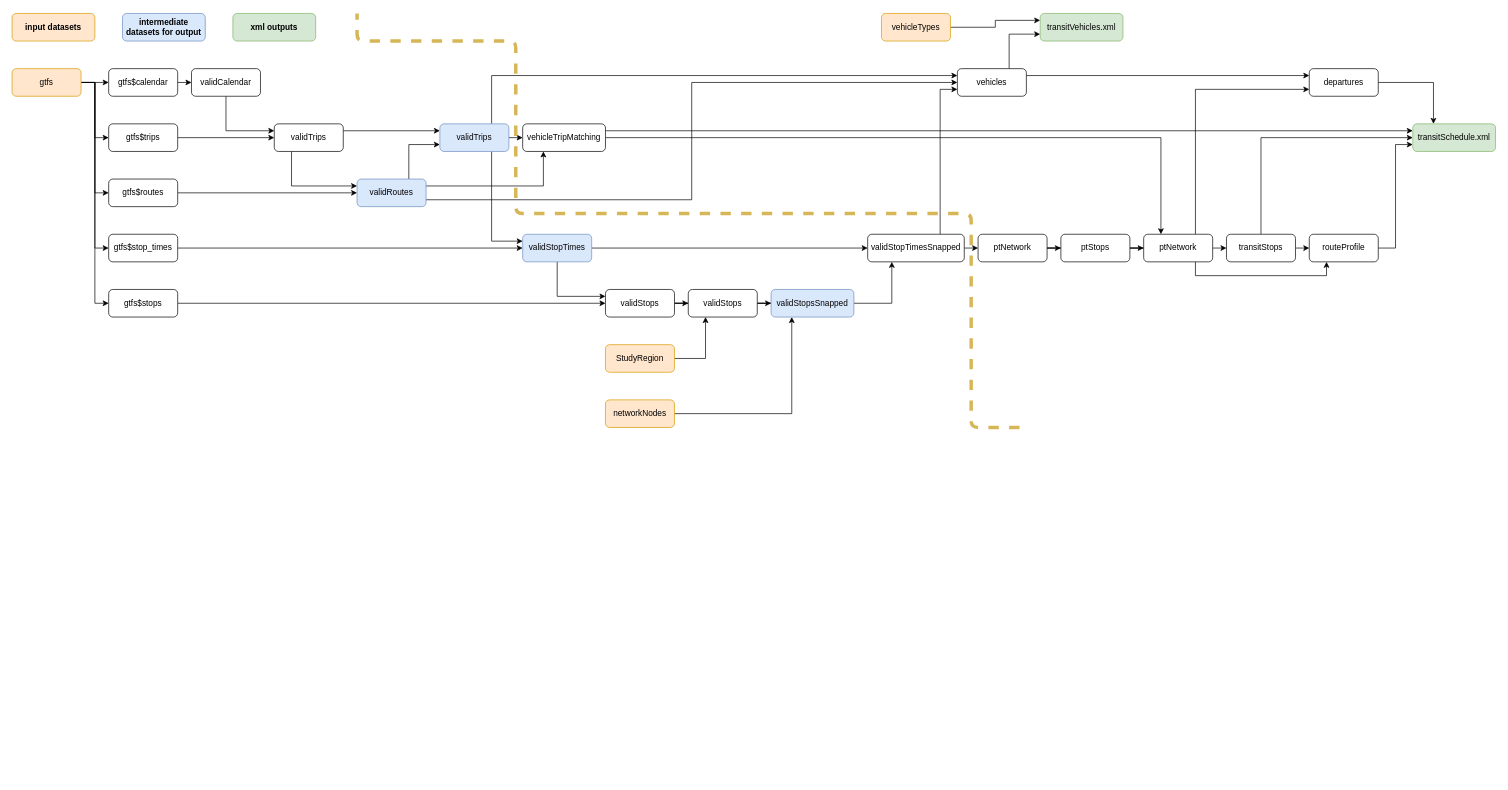
Above: ptWorkflow.drawio in matsim-melbourne/network (draw.io), before the change. Source tidied: cells renumbered, new cells numbered last; positions are measured from the earlier drawing's top-left corner, leaving out a move shared by most shapes. Both pictures are drawn from the tidied source at 69%, with x=0, y=0 at pixel (12, 13).
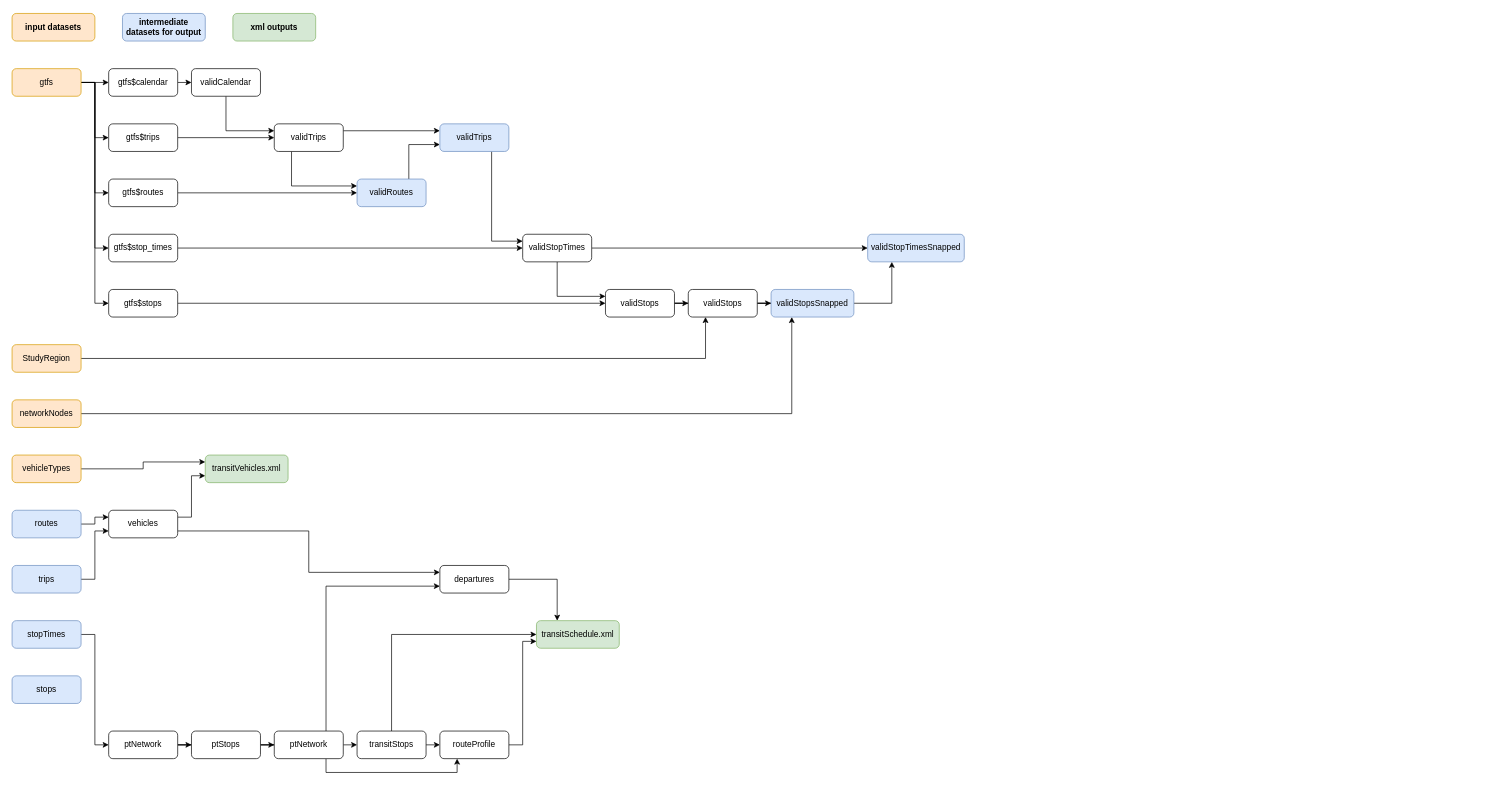
Above is the later version.

Unchanged cells that the change refers to:
```xml
<mxCell id="26" value="validRoutes" style="rounded=1;whiteSpace=wrap;html=1;fillColor=#dae8fc;strokeColor=#6c8ebf;" parent="1" vertex="1">
  <mxGeometry x="500" y="240" width="100" height="40" as="geometry" />
</mxCell>
<mxCell id="30" value="validTrips" style="rounded=1;whiteSpace=wrap;html=1;fillColor=#dae8fc;strokeColor=#6c8ebf;" parent="1" vertex="1">
  <mxGeometry x="620" y="160" width="100" height="40" as="geometry" />
</mxCell>
```

Diff of the diagram source:
```diff
@@
-    <mxCell id="24" style="edgeStyle=orthogonalEdgeStyle;rounded=0;jettySize=auto;html=1;exitX=1;exitY=0.25;exitDx=0;exitDy=0;entryX=0.25;entryY=1;entryDx=0;entryDy=0;" parent="1" edge="1" source="26" target="49">
-      <mxGeometry relative="1" as="geometry" />
-    </mxCell>
-    <mxCell id="25" style="edgeStyle=orthogonalEdgeStyle;rounded=0;jettySize=auto;html=1;exitX=1;exitY=0.75;exitDx=0;exitDy=0;entryX=0;entryY=0.5;entryDx=0;entryDy=0;" parent="1" edge="1" source="26" target="60">
-      <mxGeometry relative="1" as="geometry" />
-    </mxCell>
@@
-    <mxCell id="28" style="edgeStyle=orthogonalEdgeStyle;rounded=0;jettySize=auto;html=1;exitX=1;exitY=0.5;exitDx=0;exitDy=0;entryX=0;entryY=0.5;entryDx=0;entryDy=0;" parent="1" edge="1" source="30" target="49">
-      <mxGeometry relative="1" as="geometry" />
-    </mxCell>
-    <mxCell id="29" style="edgeStyle=orthogonalEdgeStyle;rounded=0;jettySize=auto;html=1;exitX=0.75;exitY=0;exitDx=0;exitDy=0;entryX=0;entryY=0.25;entryDx=0;entryDy=0;" parent="1" edge="1" source="30" target="60">
-      <mxGeometry relative="1" as="geometry" />
-    </mxCell>
@@
-    <mxCell id="33" value="validStopTimes" style="rounded=1;whiteSpace=wrap;html=1;fillColor=#dae8fc;strokeColor=#6c8ebf;" parent="1" vertex="1">
+    <mxCell id="33" value="validStopTimes" style="rounded=1;whiteSpace=wrap;html=1;" parent="1" vertex="1">
       <mxGeometry x="740" y="320" width="100" height="40" as="geometry" />
     </mxCell>
@@
     <mxCell id="37" value="StudyRegion" style="rounded=1;whiteSpace=wrap;html=1;fillColor=#ffe6cc;strokeColor=#d79b00;" parent="1" vertex="1">
-      <mxGeometry x="860" y="480" width="100" height="40" as="geometry" />
+      <mxGeometry y="480" width="100" height="40" as="geometry" />
     </mxCell>
@@
     <mxCell id="41" value="networkNodes" style="rounded=1;whiteSpace=wrap;html=1;fillColor=#ffe6cc;strokeColor=#d79b00;" parent="1" vertex="1">
-      <mxGeometry x="860" y="560" width="100" height="40" as="geometry" />
+      <mxGeometry y="560" width="100" height="40" as="geometry" />
     </mxCell>
@@
-    <mxCell id="44" style="edgeStyle=orthogonalEdgeStyle;rounded=0;jettySize=auto;html=1;exitX=1;exitY=0.5;exitDx=0;exitDy=0;entryX=0;entryY=0.5;entryDx=0;entryDy=0;" parent="1" edge="1" source="46" target="51">
-      <mxGeometry relative="1" as="geometry" />
-    </mxCell>
-    <mxCell id="45" style="edgeStyle=orthogonalEdgeStyle;rounded=0;jettySize=auto;html=1;exitX=0.75;exitY=0;exitDx=0;exitDy=0;entryX=0;entryY=0.75;entryDx=0;entryDy=0;" parent="1" edge="1" source="46" target="60">
-      <mxGeometry relative="1" as="geometry" />
-    </mxCell>
-    <mxCell id="46" value="validStopTimesSnapped" style="rounded=1;whiteSpace=wrap;html=1;" parent="1" vertex="1">
+    <mxCell id="46" value="validStopTimesSnapped" style="rounded=1;whiteSpace=wrap;html=1;fillColor=#dae8fc;strokeColor=#6c8ebf;" parent="1" vertex="1">
       <mxGeometry x="1240" y="320" width="140" height="40" as="geometry" />
     </mxCell>
-    <mxCell id="47" style="edgeStyle=orthogonalEdgeStyle;rounded=0;jettySize=auto;html=1;exitX=1;exitY=0.5;exitDx=0;exitDy=0;entryX=0.25;entryY=0;entryDx=0;entryDy=0;" parent="1" edge="1" source="49" target="57">
-      <mxGeometry relative="1" as="geometry" />
-    </mxCell>
-    <mxCell id="48" style="edgeStyle=orthogonalEdgeStyle;rounded=0;jettySize=auto;html=1;exitX=1;exitY=0.25;exitDx=0;exitDy=0;entryX=0;entryY=0.25;entryDx=0;entryDy=0;" parent="1" edge="1" source="49" target="71">
-      <mxGeometry relative="1" as="geometry" />
-    </mxCell>
-    <mxCell id="49" value="vehicleTripMatching" style="rounded=1;whiteSpace=wrap;html=1;" parent="1" vertex="1">
-      <mxGeometry x="740" y="160" width="120" height="40" as="geometry" />
-    </mxCell>
-    <mxCell id="50" style="edgeStyle=orthogonalEdgeStyle;rounded=0;jettySize=auto;html=1;" parent="1" edge="1" source="51" target="53">
-      <mxGeometry relative="1" as="geometry" />
-    </mxCell>
-    <mxCell id="51" value="ptNetwork" style="rounded=1;whiteSpace=wrap;html=1;" parent="1" vertex="1">
-      <mxGeometry x="1400" y="320" width="100" height="40" as="geometry" />
-    </mxCell>
-    <mxCell id="52" style="edgeStyle=orthogonalEdgeStyle;rounded=0;jettySize=auto;html=1;" parent="1" edge="1" source="53" target="57">
-      <mxGeometry relative="1" as="geometry" />
-    </mxCell>
+    <mxCell id="72" value="&lt;b&gt;input datasets&lt;/b&gt;" style="rounded=1;whiteSpace=wrap;html=1;fillColor=#ffe6cc;strokeColor=#d79b00;" parent="1" vertex="1">
+      <mxGeometry width="120" height="40" as="geometry" />
+    </mxCell>
+    <mxCell id="73" value="&lt;b&gt;intermediate datasets for output&lt;/b&gt;" style="rounded=1;whiteSpace=wrap;html=1;fillColor=#dae8fc;strokeColor=#6c8ebf;" parent="1" vertex="1">
+      <mxGeometry x="160" width="120" height="40" as="geometry" />
+    </mxCell>
+    <mxCell id="74" value="&lt;b&gt;xml outputs&lt;/b&gt;" style="rounded=1;whiteSpace=wrap;html=1;fillColor=#d5e8d4;strokeColor=#82b366;" parent="1" vertex="1">
+      <mxGeometry x="320" width="120" height="40" as="geometry" />
+    </mxCell>
+    <mxCell id="76" style="edgeStyle=orthogonalEdgeStyle;rounded=0;jettySize=auto;html=1;exitX=1;exitY=0.5;exitDx=0;exitDy=0;entryX=0;entryY=0.25;entryDx=0;entryDy=0;" parent="1" edge="1" source="77" target="60">
+      <mxGeometry relative="1" as="geometry" />
+    </mxCell>
+    <mxCell id="77" value="routes" style="rounded=1;whiteSpace=wrap;html=1;fillColor=#dae8fc;strokeColor=#6c8ebf;" parent="1" vertex="1">
+      <mxGeometry y="720" width="100" height="40" as="geometry" />
+    </mxCell>
+    <mxCell id="78" style="edgeStyle=orthogonalEdgeStyle;rounded=0;jettySize=auto;html=1;exitX=1;exitY=0.5;exitDx=0;exitDy=0;entryX=0;entryY=0.75;entryDx=0;entryDy=0;" parent="1" edge="1" source="79" target="60">
+      <mxGeometry relative="1" as="geometry" />
+    </mxCell>
+    <mxCell id="79" value="trips" style="rounded=1;whiteSpace=wrap;html=1;fillColor=#dae8fc;strokeColor=#6c8ebf;" parent="1" vertex="1">
+      <mxGeometry y="800" width="100" height="40" as="geometry" />
+    </mxCell>
+    <mxCell id="80" style="edgeStyle=orthogonalEdgeStyle;rounded=0;jettySize=auto;html=1;exitX=1;exitY=0.5;exitDx=0;exitDy=0;entryX=0;entryY=0.5;entryDx=0;entryDy=0;" parent="1" edge="1" source="81" target="84">
+      <mxGeometry relative="1" as="geometry" />
+    </mxCell>
+    <mxCell id="81" value="stopTimes" style="rounded=1;whiteSpace=wrap;html=1;fillColor=#dae8fc;strokeColor=#6c8ebf;" parent="1" vertex="1">
+      <mxGeometry y="880" width="100" height="40" as="geometry" />
+    </mxCell>
+    <mxCell id="82" value="stops" style="rounded=1;whiteSpace=wrap;html=1;fillColor=#dae8fc;strokeColor=#6c8ebf;" parent="1" vertex="1">
+      <mxGeometry y="960" width="100" height="40" as="geometry" />
+    </mxCell>
+    <mxCell id="83" style="edgeStyle=orthogonalEdgeStyle;rounded=0;jettySize=auto;html=1;" parent="1" edge="1" source="84" target="53">
+      <mxGeometry relative="1" as="geometry" />
+    </mxCell>
+    <mxCell id="84" value="ptNetwork" style="rounded=1;whiteSpace=wrap;html=1;" parent="1" vertex="1">
+      <mxGeometry x="140" y="1040" width="100" height="40" as="geometry" />
+    </mxCell>
+    <mxCell id="85" style="edgeStyle=orthogonalEdgeStyle;rounded=0;jettySize=auto;html=1;" parent="1" edge="1" source="53" target="89">
+      <mxGeometry relative="1" as="geometry" />
+    </mxCell>
     <mxCell id="53" value="ptStops" style="rounded=1;whiteSpace=wrap;html=1;" parent="1" vertex="1">
-      <mxGeometry x="1520" y="320" width="100" height="40" as="geometry" />
+      <mxGeometry x="260" y="1040" width="100" height="40" as="geometry" />
     </mxCell>
-    <mxCell id="54" style="edgeStyle=orthogonalEdgeStyle;rounded=0;jettySize=auto;html=1;exitX=1;exitY=0.5;exitDx=0;exitDy=0;entryX=0;entryY=0.5;entryDx=0;entryDy=0;" parent="1" edge="1" source="57" target="63">
-      <mxGeometry relative="1" as="geometry" />
-    </mxCell>
-    <mxCell id="55" style="edgeStyle=orthogonalEdgeStyle;rounded=0;jettySize=auto;html=1;exitX=0.75;exitY=1;exitDx=0;exitDy=0;entryX=0.25;entryY=1;entryDx=0;entryDy=0;" parent="1" edge="1" source="57" target="65">
-      <mxGeometry relative="1" as="geometry" />
-    </mxCell>
-    <mxCell id="56" style="edgeStyle=orthogonalEdgeStyle;rounded=0;jettySize=auto;html=1;exitX=0.75;exitY=0;exitDx=0;exitDy=0;entryX=0;entryY=0.75;entryDx=0;entryDy=0;" parent="1" edge="1" source="57" target="67">
-      <mxGeometry relative="1" as="geometry" />
-    </mxCell>
-    <mxCell id="57" value="ptNetwork" style="rounded=1;whiteSpace=wrap;html=1;" parent="1" vertex="1">
-      <mxGeometry x="1640" y="320" width="100" height="40" as="geometry" />
-    </mxCell>
+    <mxCell id="86" style="edgeStyle=orthogonalEdgeStyle;rounded=0;jettySize=auto;html=1;exitX=1;exitY=0.5;exitDx=0;exitDy=0;entryX=0;entryY=0.5;entryDx=0;entryDy=0;" parent="1" edge="1" source="89" target="63">
+      <mxGeometry relative="1" as="geometry" />
+    </mxCell>
+    <mxCell id="87" style="edgeStyle=orthogonalEdgeStyle;rounded=0;jettySize=auto;html=1;exitX=0.75;exitY=1;exitDx=0;exitDy=0;entryX=0.25;entryY=1;entryDx=0;entryDy=0;" parent="1" edge="1" source="89" target="65">
+      <mxGeometry relative="1" as="geometry" />
+    </mxCell>
+    <mxCell id="88" style="edgeStyle=orthogonalEdgeStyle;rounded=0;jettySize=auto;html=1;exitX=0.75;exitY=0;exitDx=0;exitDy=0;entryX=0;entryY=0.75;entryDx=0;entryDy=0;" parent="1" edge="1" source="89" target="67">
+      <mxGeometry relative="1" as="geometry" />
+    </mxCell>
+    <mxCell id="89" value="ptNetwork" style="rounded=1;whiteSpace=wrap;html=1;" parent="1" vertex="1">
+      <mxGeometry x="380" y="1040" width="100" height="40" as="geometry" />
+    </mxCell>
-    <mxCell id="58" style="edgeStyle=orthogonalEdgeStyle;rounded=0;jettySize=auto;html=1;exitX=1;exitY=0.25;exitDx=0;exitDy=0;entryX=0;entryY=0.25;entryDx=0;entryDy=0;" parent="1" edge="1" source="60" target="67">
+    <mxCell id="58" style="edgeStyle=orthogonalEdgeStyle;rounded=0;jettySize=auto;html=1;exitX=1;exitY=0.75;exitDx=0;exitDy=0;entryX=0;entryY=0.25;entryDx=0;entryDy=0;" parent="1" edge="1" source="60" target="67">
       <mxGeometry relative="1" as="geometry" />
     </mxCell>
-    <mxCell id="59" style="edgeStyle=orthogonalEdgeStyle;rounded=0;jettySize=auto;html=1;exitX=0.75;exitY=0;exitDx=0;exitDy=0;entryX=0;entryY=0.75;entryDx=0;entryDy=0;" parent="1" edge="1" source="60" target="70">
+    <mxCell id="59" style="edgeStyle=orthogonalEdgeStyle;rounded=0;jettySize=auto;html=1;exitX=1;exitY=0.25;exitDx=0;exitDy=0;entryX=0;entryY=0.75;entryDx=0;entryDy=0;" parent="1" edge="1" source="60" target="70">
       <mxGeometry relative="1" as="geometry" />
     </mxCell>
     <mxCell id="60" value="vehicles" style="rounded=1;whiteSpace=wrap;html=1;" parent="1" vertex="1">
-      <mxGeometry x="1370" y="80" width="100" height="40" as="geometry" />
+      <mxGeometry x="140" y="720" width="100" height="40" as="geometry" />
     </mxCell>
@@
     <mxCell id="63" value="transitStops" style="rounded=1;whiteSpace=wrap;html=1;" parent="1" vertex="1">
-      <mxGeometry x="1760" y="320" width="100" height="40" as="geometry" />
+      <mxGeometry x="500" y="1040" width="100" height="40" as="geometry" />
     </mxCell>
@@
     <mxCell id="65" value="routeProfile" style="rounded=1;whiteSpace=wrap;html=1;" parent="1" vertex="1">
-      <mxGeometry x="1880" y="320" width="100" height="40" as="geometry" />
+      <mxGeometry x="620" y="1040" width="100" height="40" as="geometry" />
     </mxCell>
@@
     <mxCell id="67" value="departures" style="rounded=1;whiteSpace=wrap;html=1;" parent="1" vertex="1">
-      <mxGeometry x="1880" y="80" width="100" height="40" as="geometry" />
+      <mxGeometry x="620" y="800" width="100" height="40" as="geometry" />
     </mxCell>
@@
     <mxCell id="69" value="vehicleTypes" style="rounded=1;whiteSpace=wrap;html=1;fillColor=#ffe6cc;strokeColor=#d79b00;" parent="1" vertex="1">
-      <mxGeometry x="1260" width="100" height="40" as="geometry" />
+      <mxGeometry y="640" width="100" height="40" as="geometry" />
     </mxCell>
     <mxCell id="70" value="transitVehicles.xml" style="rounded=1;whiteSpace=wrap;html=1;fillColor=#d5e8d4;strokeColor=#82b366;" parent="1" vertex="1">
-      <mxGeometry x="1490" width="120" height="40" as="geometry" />
+      <mxGeometry x="280" y="640" width="120" height="40" as="geometry" />
     </mxCell>
     <mxCell id="71" value="transitSchedule.xml" style="rounded=1;whiteSpace=wrap;html=1;fillColor=#d5e8d4;strokeColor=#82b366;" parent="1" vertex="1">
-      <mxGeometry x="2030" y="160" width="120" height="40" as="geometry" />
+      <mxGeometry x="760" y="880" width="120" height="40" as="geometry" />
     </mxCell>
-    <mxCell id="72" value="&lt;b&gt;input datasets&lt;/b&gt;" style="rounded=1;whiteSpace=wrap;html=1;fillColor=#ffe6cc;strokeColor=#d79b00;" parent="1" vertex="1">
-      <mxGeometry width="120" height="40" as="geometry" />
-    </mxCell>
-    <mxCell id="73" value="&lt;b&gt;intermediate datasets for output&lt;/b&gt;" style="rounded=1;whiteSpace=wrap;html=1;fillColor=#dae8fc;strokeColor=#6c8ebf;" parent="1" vertex="1">
-      <mxGeometry x="160" width="120" height="40" as="geometry" />
-    </mxCell>
-    <mxCell id="74" value="&lt;b&gt;xml outputs&lt;/b&gt;" style="rounded=1;whiteSpace=wrap;html=1;fillColor=#d5e8d4;strokeColor=#82b366;" parent="1" vertex="1">
-      <mxGeometry x="320" width="120" height="40" as="geometry" />
-    </mxCell>
-    <mxCell id="75" style="endArrow=none;dashed=1;html=1;fillColor=#fff2cc;strokeColor=#d6b656;strokeWidth=5;" parent="1" edge="1">
-      <mxGeometry relative="1" as="geometry">
-        <mxPoint x="1460" y="600" as="sourcePoint" />
-        <mxPoint x="500" as="targetPoint" />
-        <Array as="points">
-          <mxPoint x="1390" y="600" />
-          <mxPoint x="1390" y="290" />
-          <mxPoint x="730" y="290" />
-          <mxPoint x="730" y="40" />
-          <mxPoint x="500" y="40" />
-        </Array>
-      </mxGeometry>
-    </mxCell>
```
